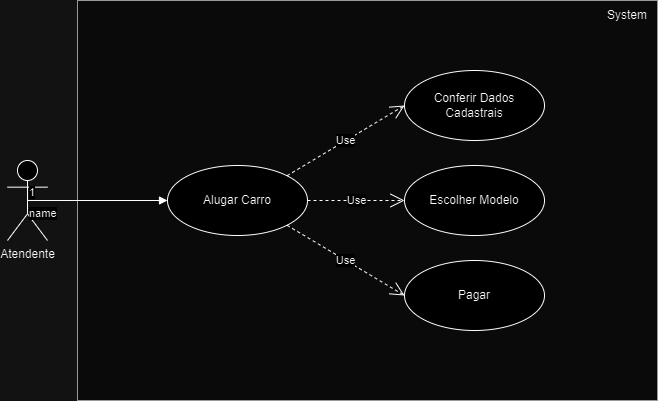
Earlier version of the draw.io export engenharia_sw/img/caso_de_uso.png (Otavio-CB/bertoti). Source tidied: cells renumbered, new cells last; positions are measured from the earlier drawing's top-left corner, leaving out a move shared by most shapes.
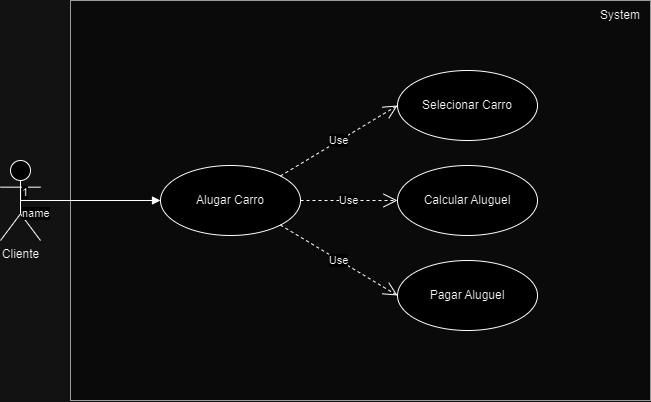
Above is the later version.

Diff of the diagram source:
```diff
@@ -2,7 +2,7 @@
   <root>
     <mxCell id="0" />
     <mxCell id="1" parent="0" />
-    <mxCell id="2" value="Atendente" style="shape=umlActor;verticalLabelPosition=bottom;verticalAlign=top;html=1;" parent="1" vertex="1">
+    <mxCell id="2" value="Cliente" style="shape=umlActor;verticalLabelPosition=bottom;verticalAlign=top;html=1;" parent="1" vertex="1">
       <mxGeometry y="160" width="40" height="80" as="geometry" />
     </mxCell>
     <mxCell id="3" style="whiteSpace=wrap;html=1;fillStyle=solid;fillColor=#f5f5f5;fontColor=#333333;strokeColor=#666666;" parent="1" vertex="1">
@@ -14,13 +14,13 @@
     <mxCell id="5" value="Alugar Carro" style="ellipse;whiteSpace=wrap;html=1;" parent="1" vertex="1">
       <mxGeometry x="160" y="165" width="140" height="70" as="geometry" />
     </mxCell>
-    <mxCell id="6" value="Escolher Modelo" style="ellipse;whiteSpace=wrap;html=1;" parent="1" vertex="1">
+    <mxCell id="6" value="Calcular Aluguel" style="ellipse;whiteSpace=wrap;html=1;" parent="1" vertex="1">
       <mxGeometry x="397" y="165" width="140" height="70" as="geometry" />
     </mxCell>
-    <mxCell id="7" value="Pagar" style="ellipse;whiteSpace=wrap;html=1;" parent="1" vertex="1">
+    <mxCell id="7" value="Pagar Aluguel" style="ellipse;whiteSpace=wrap;html=1;" parent="1" vertex="1">
       <mxGeometry x="397" y="260" width="140" height="70" as="geometry" />
     </mxCell>
-    <mxCell id="8" value="Conferir Dados Cadastrais" style="ellipse;whiteSpace=wrap;html=1;" parent="1" vertex="1">
+    <mxCell id="8" value="Selecionar Carro" style="ellipse;whiteSpace=wrap;html=1;" parent="1" vertex="1">
       <mxGeometry x="397" y="70" width="140" height="70" as="geometry" />
     </mxCell>
     <mxCell id="9" value="name" style="endArrow=block;endFill=1;html=1;edgeStyle=orthogonalEdgeStyle;align=left;verticalAlign=top;rounded=0;exitX=0.5;exitY=0.5;exitDx=0;exitDy=0;exitPerimeter=0;entryX=0;entryY=0.5;entryDx=0;entryDy=0;" parent="1" edge="1" source="2" target="5">
```
